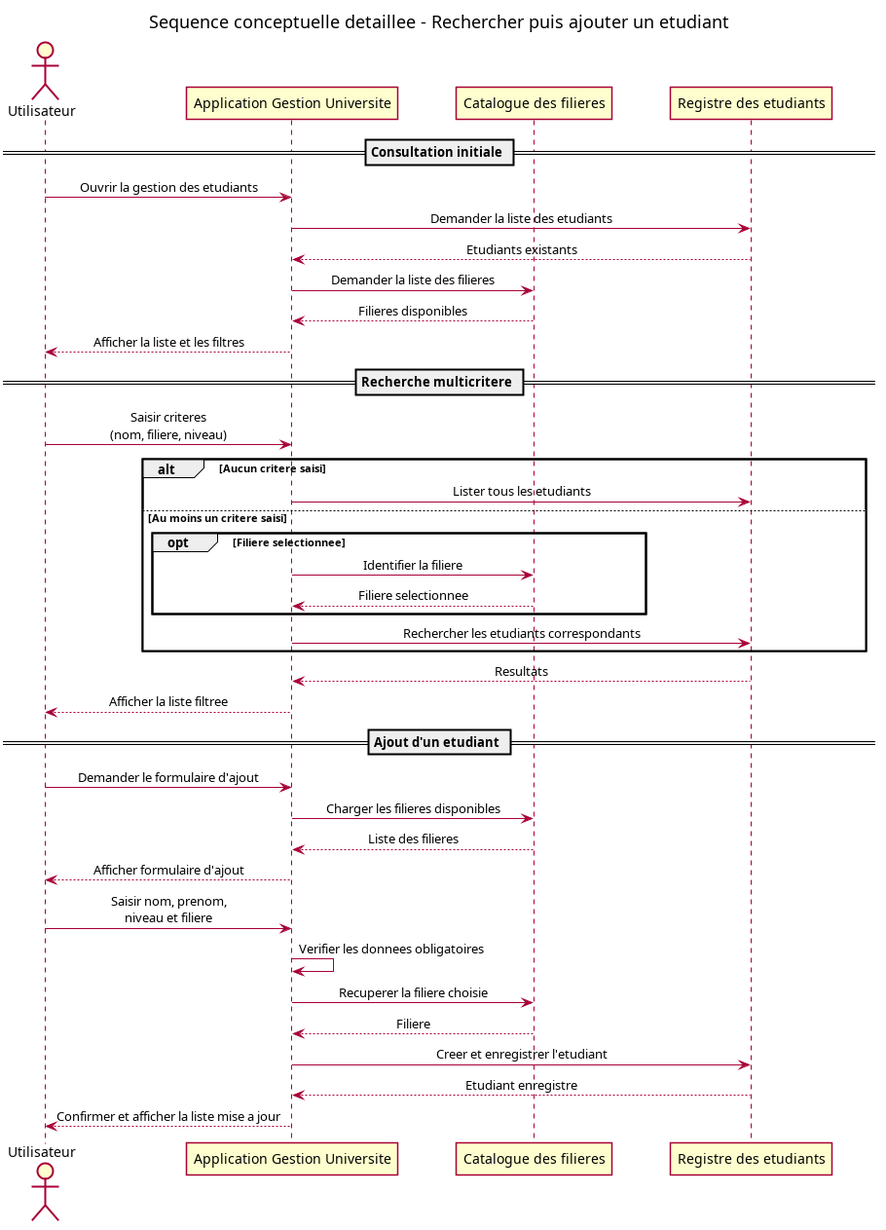
mehdidabaj/app-etudiant keeps this PlantUML diagram as docs/uml/images/sequence-conceptuel.png. Above is the earlier version. Its source is kept beside it as docs/uml/sequence-conceptuel.puml.
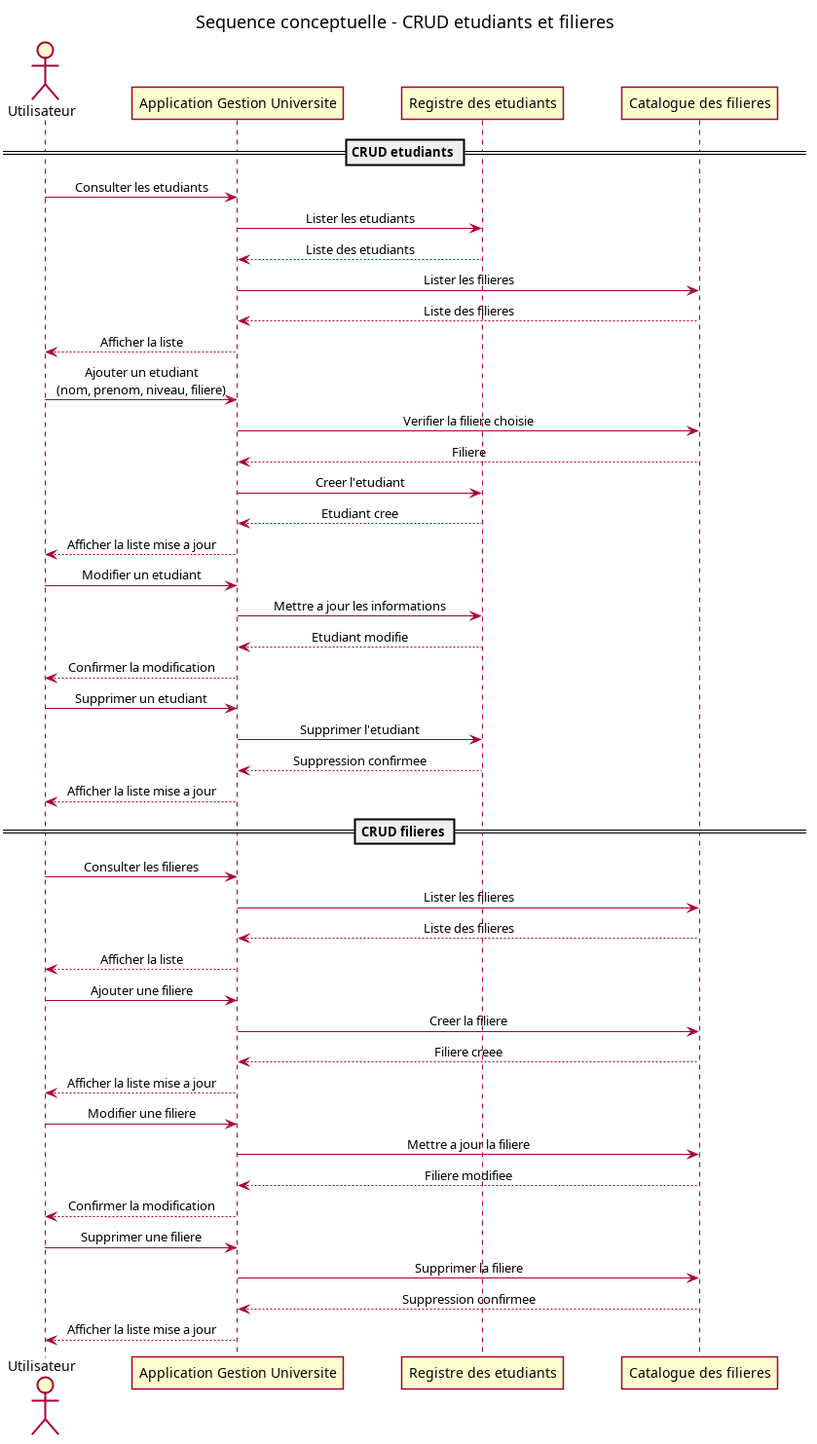
After the commit.

Commit message:
Focus UML diagrams on student and filiere CRUD

Change to the diagram source:
```diff
@@ -1,5 +1,5 @@
 @startuml
-title Sequence conceptuelle detaillee - Rechercher puis ajouter un etudiant
+title Sequence conceptuelle - CRUD etudiants et filieres
 
 skinparam shadowing false
 skinparam sequenceMessageAlign center
@@ -8,43 +8,53 @@
 
 actor "Utilisateur" as Utilisateur
 participant "Application Gestion Universite" as Systeme
+participant "Registre des etudiants" as Registre
 participant "Catalogue des filieres" as Catalogue
-participant "Registre des etudiants" as Registre
 
-== Consultation initiale ==
-Utilisateur -> Systeme : Ouvrir la gestion des etudiants
-Systeme -> Registre : Demander la liste des etudiants
-Registre --> Systeme : Etudiants existants
-Systeme -> Catalogue : Demander la liste des filieres
-Catalogue --> Systeme : Filieres disponibles
-Systeme --> Utilisateur : Afficher la liste et les filtres
+== CRUD etudiants ==
+Utilisateur -> Systeme : Consulter les etudiants
+Systeme -> Registre : Lister les etudiants
+Registre --> Systeme : Liste des etudiants
+Systeme -> Catalogue : Lister les filieres
+Catalogue --> Systeme : Liste des filieres
+Systeme --> Utilisateur : Afficher la liste
 
-== Recherche multicritere ==
-Utilisateur -> Systeme : Saisir criteres\n(nom, filiere, niveau)
-alt Aucun critere saisi
-  Systeme -> Registre : Lister tous les etudiants
-else Au moins un critere saisi
-  opt Filiere selectionnee
-    Systeme -> Catalogue : Identifier la filiere
-    Catalogue --> Systeme : Filiere selectionnee
-  end
-  Systeme -> Registre : Rechercher les etudiants correspondants
-end
-Registre --> Systeme : Resultats
-Systeme --> Utilisateur : Afficher la liste filtree
+Utilisateur -> Systeme : Ajouter un etudiant\n(nom, prenom, niveau, filiere)
+Systeme -> Catalogue : Verifier la filiere choisie
+Catalogue --> Systeme : Filiere
+Systeme -> Registre : Creer l'etudiant
+Registre --> Systeme : Etudiant cree
+Systeme --> Utilisateur : Afficher la liste mise a jour
 
-== Ajout d'un etudiant ==
-Utilisateur -> Systeme : Demander le formulaire d'ajout
-Systeme -> Catalogue : Charger les filieres disponibles
+Utilisateur -> Systeme : Modifier un etudiant
+Systeme -> Registre : Mettre a jour les informations
+Registre --> Systeme : Etudiant modifie
+Systeme --> Utilisateur : Confirmer la modification
+
+Utilisateur -> Systeme : Supprimer un etudiant
+Systeme -> Registre : Supprimer l'etudiant
+Registre --> Systeme : Suppression confirmee
+Systeme --> Utilisateur : Afficher la liste mise a jour
+
+== CRUD filieres ==
+Utilisateur -> Systeme : Consulter les filieres
+Systeme -> Catalogue : Lister les filieres
 Catalogue --> Systeme : Liste des filieres
-Systeme --> Utilisateur : Afficher formulaire d'ajout
+Systeme --> Utilisateur : Afficher la liste
 
-Utilisateur -> Systeme : Saisir nom, prenom,\nniveau et filiere
-Systeme -> Systeme : Verifier les donnees obligatoires
-Systeme -> Catalogue : Recuperer la filiere choisie
-Catalogue --> Systeme : Filiere
-Systeme -> Registre : Creer et enregistrer l'etudiant
-Registre --> Systeme : Etudiant enregistre
-Systeme --> Utilisateur : Confirmer et afficher la liste mise a jour
+Utilisateur -> Systeme : Ajouter une filiere
+Systeme -> Catalogue : Creer la filiere
+Catalogue --> Systeme : Filiere creee
+Systeme --> Utilisateur : Afficher la liste mise a jour
+
+Utilisateur -> Systeme : Modifier une filiere
+Systeme -> Catalogue : Mettre a jour la filiere
+Catalogue --> Systeme : Filiere modifiee
+Systeme --> Utilisateur : Confirmer la modification
+
+Utilisateur -> Systeme : Supprimer une filiere
+Systeme -> Catalogue : Supprimer la filiere
+Catalogue --> Systeme : Suppression confirmee
+Systeme --> Utilisateur : Afficher la liste mise a jour
 
 @enduml
```
